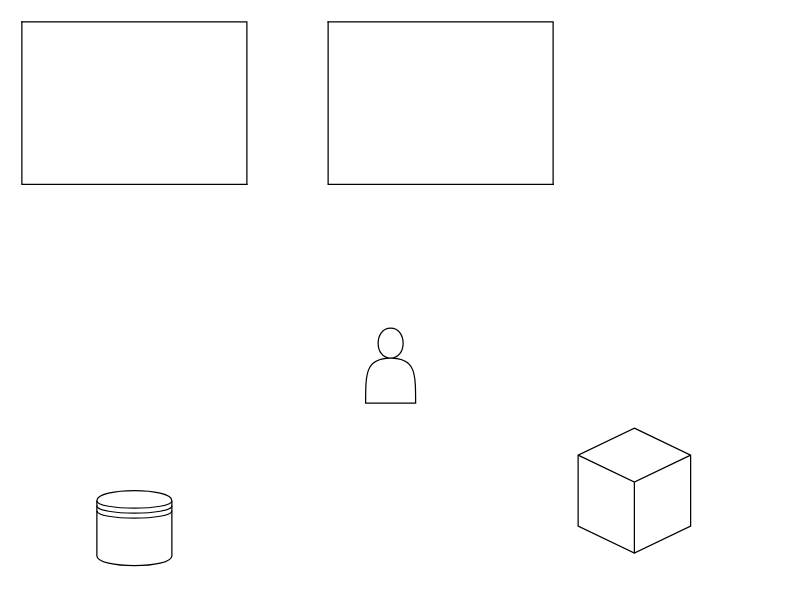
The draw.io diagram page "画面設計" (2 of 3) of 画面設計.drawio in ringohoka/AnnounceSituation, before the edit. Source tidied: cells renumbered, new cells numbered last; positions are measured from the earlier drawing's top-left corner, leaving out a move shared by most shapes. Both pictures are drawn from the tidied source at 125%, with x=0, y=0 at pixel (21, 21).
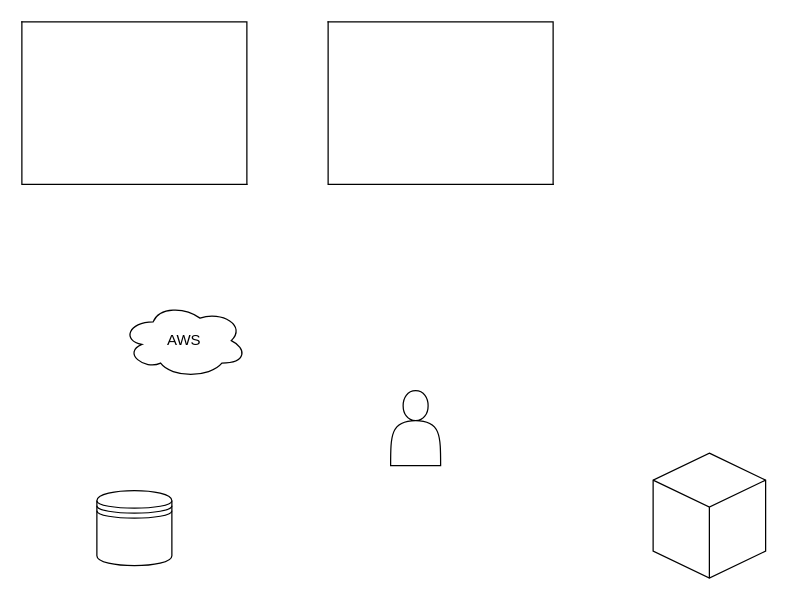
The same page after the edit.

What changed in the source:
```diff
@@
 <mxGraphModel>
   <root>
     <mxCell id="0" />
     <mxCell id="1" parent="0" />
     <mxCell id="2" style="shape=datastore;whiteSpace=wrap;html=1;" parent="1" vertex="1">
       <mxGeometry x="60" y="375" width="60" height="60" as="geometry" />
     </mxCell>
     <mxCell id="3" style="shape=actor;whiteSpace=wrap;html=1;" parent="1" vertex="1">
-      <mxGeometry x="275" y="245" width="40" height="60" as="geometry" />
+      <mxGeometry x="295" y="295" width="40" height="60" as="geometry" />
     </mxCell>
     <mxCell id="4" style="html=1;whiteSpace=wrap;shape=isoCube2;backgroundOutline=1;isoAngle=15;" parent="1" vertex="1">
-      <mxGeometry x="445" y="325" width="90" height="100" as="geometry" />
+      <mxGeometry x="505" y="345" width="90" height="100" as="geometry" />
     </mxCell>
     <mxCell id="5" style="shape=partialRectangle;whiteSpace=wrap;html=1;bottom=0;right=0;fillColor=none;direction=south;" parent="1" vertex="1">
       <mxGeometry width="180" height="130" as="geometry" />
     </mxCell>
     <mxCell id="6" style="shape=partialRectangle;whiteSpace=wrap;html=1;bottom=0;right=0;fillColor=none;rotation=-180;direction=south;" parent="1" vertex="1">
       <mxGeometry width="180" height="130" as="geometry" />
     </mxCell>
     <mxCell id="7" style="shape=partialRectangle;whiteSpace=wrap;html=1;bottom=0;right=0;fillColor=none;rotation=-180;direction=south;" parent="1" vertex="1">
       <mxGeometry x="245" width="180" height="130" as="geometry" />
     </mxCell>
     <mxCell id="8" style="shape=partialRectangle;whiteSpace=wrap;html=1;bottom=0;right=0;fillColor=none;rotation=-180;direction=north;" parent="1" vertex="1">
       <mxGeometry x="245" width="180" height="130" as="geometry" />
     </mxCell>
+    <mxCell id="9" value="AWS" style="ellipse;shape=cloud;whiteSpace=wrap;html=1;align=center;" parent="1" vertex="1">
+      <mxGeometry x="80" y="225" width="100" height="60" as="geometry" />
+    </mxCell>
   </root>
 </mxGraphModel>
```
